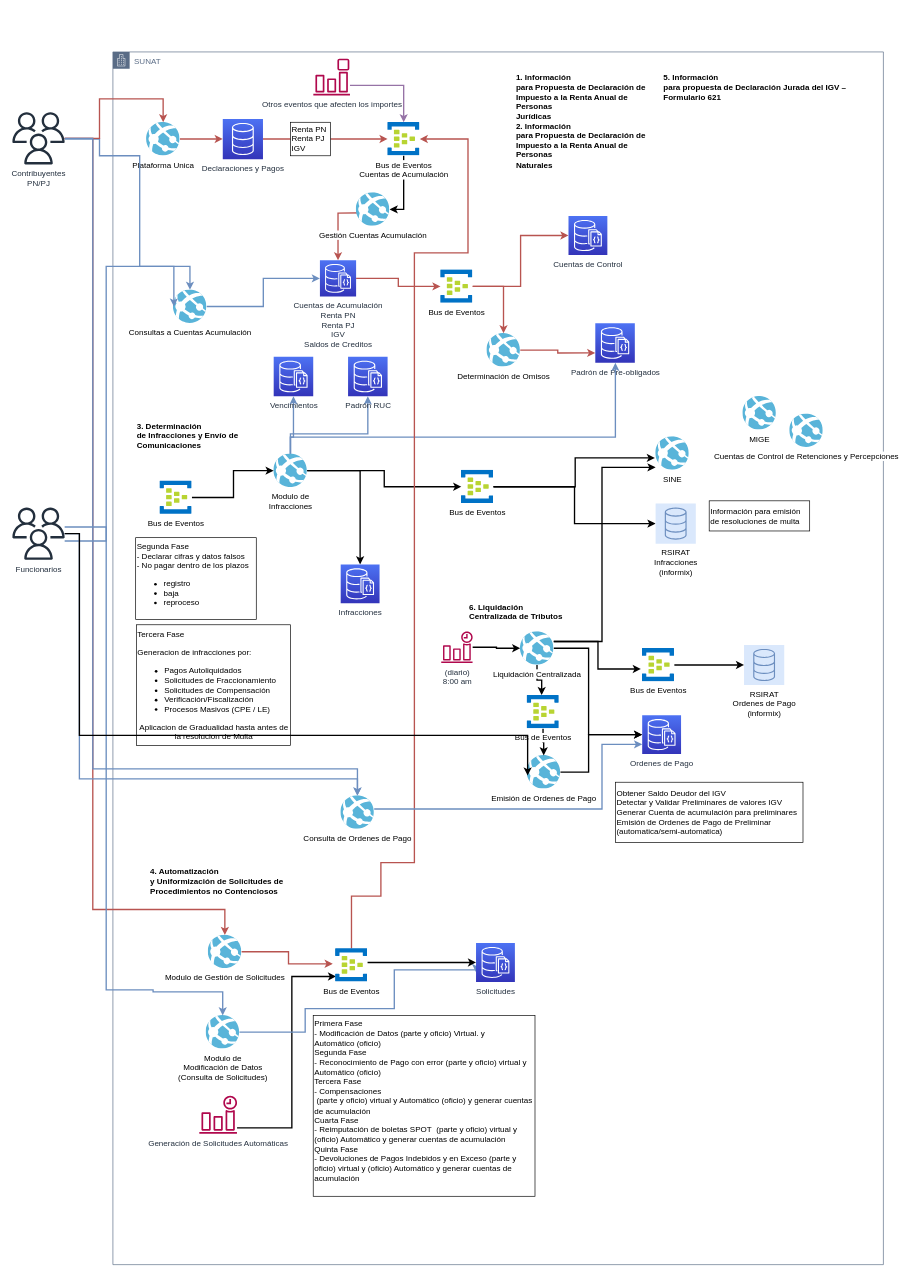
Earlier version of the draw.io diagram Diagrama Arquitectura CU 2022.drawio (skynet25/cuentaunica). Source tidied: cells renumbered, new cells numbered last; positions are measured from the earlier drawing's top-left corner, leaving out a move shared by most shapes. Both pictures are drawn from the tidied source at 67%, with x=0, y=0 at pixel (12, 52).
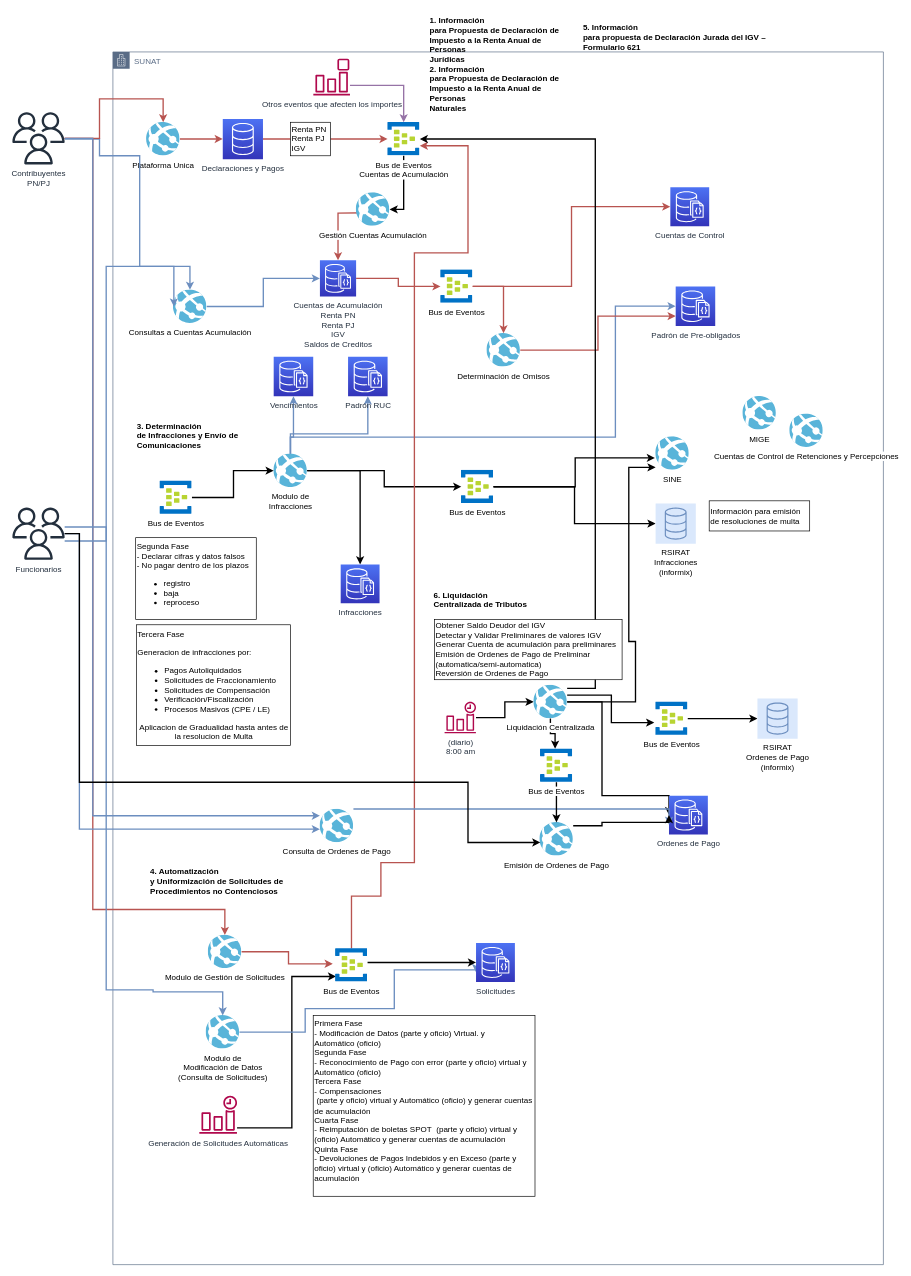
The same page after the edit.

Unchanged cells that the change refers to:
```xml
<mxCell id="2" value="SUNAT" style="gradientColor=none;html=1;whiteSpace=wrap;fontSize=12;fontStyle=0;shape=mxgraph.aws4.group;grIcon=mxgraph.aws4.group_corporate_data_center;strokeColor=#5A6C86;fillColor=none;verticalAlign=top;align=left;spacingLeft=30;fontColor=#5A6C86;dashed=0;" parent="1" vertex="1">
  <mxGeometry x="150" width="1150" height="1810" as="geometry" />
</mxCell>
<mxCell id="16" value="Bus de Eventos&lt;br&gt;Cuentas de Acumulación" style="sketch=0;html=1;points=[];align=center;image;fontSize=12;image=img/lib/mscae/Event_Hubs.svg;" parent="2" vertex="1">
  <mxGeometry x="410" y="105" width="48" height="50" as="geometry" />
</mxCell>
<mxCell id="47" value="Bus de Eventos" style="sketch=0;html=1;points=[];align=center;image;fontSize=12;image=img/lib/mscae/Event_Hubs.svg;" parent="2" vertex="1">
  <mxGeometry x="332.1" y="1338" width="48" height="50" as="geometry" />
</mxCell>
<mxCell id="71" value="SINE" style="sketch=0;html=1;points=[];align=center;image;fontSize=12;image=img/lib/mscae/App_Services.svg;" parent="2" vertex="1">
  <mxGeometry x="810" y="574" width="50" height="50" as="geometry" />
</mxCell>
<mxCell id="84" value="Contribuyentes&lt;br&gt;PN/PJ" style="sketch=0;outlineConnect=0;fontColor=#232F3E;gradientColor=none;fillColor=#232F3D;strokeColor=none;dashed=0;verticalLabelPosition=bottom;verticalAlign=top;align=center;html=1;fontSize=12;fontStyle=0;shape=mxgraph.aws4.users;" parent="1" vertex="1">
  <mxGeometry y="90" width="78" height="78" as="geometry" />
</mxCell>
<mxCell id="89" value="Funcionarios" style="sketch=0;outlineConnect=0;fontColor=#232F3E;gradientColor=none;fillColor=#232F3D;strokeColor=none;dashed=0;verticalLabelPosition=bottom;verticalAlign=top;align=center;html=1;fontSize=12;fontStyle=0;shape=mxgraph.aws4.users;" parent="1" vertex="1">
  <mxGeometry y="680" width="78" height="78" as="geometry" />
</mxCell>
```

Diff of the diagram source:
```diff
@@
     <mxCell id="9" value="Cuentas de Control" style="sketch=0;points=[[0,0,0],[0.25,0,0],[0.5,0,0],[0.75,0,0],[1,0,0],[0,1,0],[0.25,1,0],[0.5,1,0],[0.75,1,0],[1,1,0],[0,0.25,0],[0,0.5,0],[0,0.75,0],[1,0.25,0],[1,0.5,0],[1,0.75,0]];outlineConnect=0;fontColor=#232F3E;gradientColor=#4D72F3;gradientDirection=north;fillColor=#3334B9;strokeColor=#ffffff;dashed=0;verticalLabelPosition=bottom;verticalAlign=top;align=center;html=1;fontSize=12;fontStyle=0;shape=mxgraph.aws4.resourceIcon;resIcon=mxgraph.aws4.documentdb_with_mongodb_compatibility;" parent="2" vertex="1">
-      <mxGeometry x="680" y="245" width="58" height="58" as="geometry" />
+      <mxGeometry x="832" y="202" width="58" height="58" as="geometry" />
     </mxCell>
     <mxCell id="10" value="Padrón de Pre-obligados" style="sketch=0;points=[[0,0,0],[0.25,0,0],[0.5,0,0],[0.75,0,0],[1,0,0],[0,1,0],[0.25,1,0],[0.5,1,0],[0.75,1,0],[1,1,0],[0,0.25,0],[0,0.5,0],[0,0.75,0],[1,0.25,0],[1,0.5,0],[1,0.75,0]];outlineConnect=0;fontColor=#232F3E;gradientColor=#4D72F3;gradientDirection=north;fillColor=#3334B9;strokeColor=#ffffff;dashed=0;verticalLabelPosition=bottom;verticalAlign=top;align=center;html=1;fontSize=12;fontStyle=0;shape=mxgraph.aws4.resourceIcon;resIcon=mxgraph.aws4.documentdb_with_mongodb_compatibility;" parent="2" vertex="1">
-      <mxGeometry x="720" y="405" width="59" height="59" as="geometry" />
+      <mxGeometry x="840" y="350" width="59" height="59" as="geometry" />
     </mxCell>
@@
-    <mxCell id="36" value="&lt;b style=&quot;mso-bidi-font-weight:normal&quot;&gt;&lt;span lang=&quot;ES&quot;&gt;1. Información&lt;br&gt;para Propuesta de Declaración de Impuesto a la Renta Anual de Personas&lt;br&gt;Jurídicas&lt;br&gt;&lt;/span&gt;&lt;/b&gt;&lt;b&gt;&lt;span style=&quot;font-size:9.0pt;font-family:&amp;quot;Arial&amp;quot;,sans-serif;mso-fareast-font-family:&lt;br/&gt;Arial;mso-ansi-language:ES;mso-fareast-language:ES-PE;mso-bidi-language:AR-SA&quot; lang=&quot;ES&quot;&gt;2. Información&lt;br/&gt;para Propuesta de Declaración de Impuesto a la Renta Anual de Personas&lt;br/&gt;Naturales&lt;/span&gt;&lt;/b&gt;&lt;b style=&quot;mso-bidi-font-weight:normal&quot;&gt;&lt;span lang=&quot;ES&quot;&gt;&lt;span style=&quot;mso-spacerun:yes&quot;&gt;&amp;nbsp;&amp;nbsp;&lt;br&gt;&lt;br&gt;&lt;/span&gt;&lt;/span&gt;&lt;/b&gt;" style="text;whiteSpace=wrap;html=1;" parent="2" vertex="1">
-      <mxGeometry x="600" y="25" width="200" height="150" as="geometry" />
-    </mxCell>
@@
     <mxCell id="46" style="edgeStyle=orthogonalEdgeStyle;rounded=0;jettySize=auto;html=1;strokeWidth=2;fillColor=#f8cecc;strokeColor=#b85450;" parent="2" edge="1" source="47" target="16">
       <mxGeometry relative="1" as="geometry">
         <Array as="points">
+          <mxPoint x="356" y="1260" />
           <mxPoint x="400" y="1260" />
           <mxPoint x="400" y="1210" />
           <mxPoint x="450" y="1210" />
           <mxPoint x="450" y="300" />
           <mxPoint x="530" y="300" />
-          <mxPoint x="530" y="130" />
+          <mxPoint x="530" y="140" />
         </Array>
       </mxGeometry>
     </mxCell>
@@
-    <mxCell id="50" value="&lt;b style=&quot;mso-bidi-font-weight:normal&quot;&gt;&lt;span lang=&quot;ES&quot;&gt;5. Información&lt;br&gt;para propuesta de Declaración Jurada del IGV – Formulario 621&lt;/span&gt;&lt;/b&gt;" style="text;whiteSpace=wrap;html=1;" parent="2" vertex="1">
-      <mxGeometry x="820" y="25" width="310" height="80" as="geometry" />
-    </mxCell>
@@
     <mxCell id="53" value="&lt;b style=&quot;mso-bidi-font-weight:normal&quot;&gt;&lt;span lang=&quot;ES&quot;&gt;6. Liquidación&lt;br&gt;Centralizada de Tributos&lt;/span&gt;&lt;/b&gt;" style="text;whiteSpace=wrap;html=1;" parent="2" vertex="1">
-      <mxGeometry x="530" y="815" width="170" height="50" as="geometry" />
+      <mxGeometry x="477" y="797" width="170" height="50" as="geometry" />
     </mxCell>
@@
     <mxCell id="61" style="edgeStyle=orthogonalEdgeStyle;rounded=0;jettySize=auto;html=1;entryX=-0.042;entryY=0.62;entryDx=0;entryDy=0;entryPerimeter=0;strokeWidth=2;" parent="2" edge="1" source="74" target="64">
       <mxGeometry relative="1" as="geometry">
         <Array as="points">
-          <mxPoint x="724" y="880" />
-          <mxPoint x="724" y="921" />
+          <mxPoint x="744" y="960" />
+          <mxPoint x="744" y="1001" />
         </Array>
       </mxGeometry>
     </mxCell>
     <mxCell id="62" style="edgeStyle=orthogonalEdgeStyle;rounded=0;jettySize=auto;html=1;entryX=0;entryY=0.5;entryDx=0;entryDy=0;entryPerimeter=0;strokeWidth=2;startArrow=none;" parent="2" edge="1" source="74" target="66">
       <mxGeometry relative="1" as="geometry">
         <Array as="points">
-          <mxPoint x="710" y="890" />
-          <mxPoint x="710" y="1019" />
+          <mxPoint x="730" y="970" />
+          <mxPoint x="730" y="1110" />
+          <mxPoint x="830" y="1110" />
         </Array>
       </mxGeometry>
     </mxCell>
@@
     <mxCell id="64" value="Bus de Eventos" style="sketch=0;html=1;points=[];align=center;image;fontSize=12;image=img/lib/mscae/Event_Hubs.svg;" parent="2" vertex="1">
-      <mxGeometry x="790" y="890" width="48" height="50" as="geometry" />
+      <mxGeometry x="810" y="970" width="48" height="50" as="geometry" />
     </mxCell>
     <mxCell id="65" value="RSIRAT&lt;br&gt;Ordenes de Pago&lt;br&gt;(informix)" style="sketch=0;points=[[0,0,0],[0.25,0,0],[0.5,0,0],[0.75,0,0],[1,0,0],[0,1,0],[0.25,1,0],[0.5,1,0],[0.75,1,0],[1,1,0],[0,0.25,0],[0,0.5,0],[0,0.75,0],[1,0.25,0],[1,0.5,0],[1,0.75,0]];outlineConnect=0;gradientDirection=north;fillColor=#dae8fc;strokeColor=#6c8ebf;dashed=0;verticalLabelPosition=bottom;verticalAlign=top;align=center;html=1;fontSize=12;fontStyle=0;shape=mxgraph.aws4.resourceIcon;resIcon=mxgraph.aws4.database;" parent="2" vertex="1">
-      <mxGeometry x="942" y="885" width="60" height="60" as="geometry" />
+      <mxGeometry x="962" y="965" width="60" height="60" as="geometry" />
     </mxCell>
     <mxCell id="66" value="Ordenes de Pago" style="sketch=0;points=[[0,0,0],[0.25,0,0],[0.5,0,0],[0.75,0,0],[1,0,0],[0,1,0],[0.25,1,0],[0.5,1,0],[0.75,1,0],[1,1,0],[0,0.25,0],[0,0.5,0],[0,0.75,0],[1,0.25,0],[1,0.5,0],[1,0.75,0]];outlineConnect=0;fontColor=#232F3E;gradientColor=#4D72F3;gradientDirection=north;fillColor=#3334B9;strokeColor=#ffffff;dashed=0;verticalLabelPosition=bottom;verticalAlign=top;align=center;html=1;fontSize=12;fontStyle=0;shape=mxgraph.aws4.resourceIcon;resIcon=mxgraph.aws4.documentdb_with_mongodb_compatibility;" parent="2" vertex="1">
-      <mxGeometry x="790" y="990" width="58" height="58" as="geometry" />
+      <mxGeometry x="830" y="1110" width="58" height="58" as="geometry" />
     </mxCell>
     <mxCell id="67" style="edgeStyle=orthogonalEdgeStyle;rounded=0;jettySize=auto;html=1;entryX=0;entryY=0.75;entryDx=0;entryDy=0;entryPerimeter=0;strokeWidth=2;fillColor=#dae8fc;strokeColor=#6c8ebf;" parent="2" edge="1" source="68" target="66">
       <mxGeometry relative="1" as="geometry">
         <Array as="points">
-          <mxPoint x="730" y="1130" />
-          <mxPoint x="730" y="1034" />
+          <mxPoint x="830" y="1130" />
         </Array>
       </mxGeometry>
     </mxCell>
     <mxCell id="68" value="Consulta de Ordenes de Pago" style="sketch=0;html=1;points=[];align=center;image;fontSize=12;image=img/lib/mscae/App_Services.svg;" parent="2" vertex="1">
-      <mxGeometry x="340" y="1110" width="50" height="50" as="geometry" />
+      <mxGeometry x="309" y="1130" width="50" height="50" as="geometry" />
     </mxCell>
@@
     <mxCell id="70" value="(diario)&lt;br&gt;8:00 am" style="sketch=0;outlineConnect=0;fontColor=#232F3E;gradientColor=none;fillColor=#B0084D;strokeColor=none;dashed=0;verticalLabelPosition=bottom;verticalAlign=top;align=center;html=1;fontSize=12;fontStyle=0;shape=mxgraph.aws4.event_time_based;" parent="2" vertex="1">
-      <mxGeometry x="490" y="865" width="47" height="47" as="geometry" />
+      <mxGeometry x="495" y="970" width="47" height="47" as="geometry" />
     </mxCell>
@@
     <mxCell id="72" style="edgeStyle=orthogonalEdgeStyle;rounded=0;jettySize=auto;html=1;strokeWidth=2;" parent="2" edge="1" source="74" target="71">
       <mxGeometry relative="1" as="geometry">
         <Array as="points">
-          <mxPoint x="730" y="880" />
-          <mxPoint x="730" y="620" />
+          <mxPoint x="780" y="970" />
+          <mxPoint x="780" y="880" />
+          <mxPoint x="770" y="880" />
+          <mxPoint x="770" y="620" />
         </Array>
       </mxGeometry>
     </mxCell>
@@
+    <mxCell id="90" style="edgeStyle=orthogonalEdgeStyle;rounded=0;jettySize=auto;html=1;strokeWidth=2;" parent="2" edge="1" source="74" target="16">
+      <mxGeometry relative="1" as="geometry">
+        <Array as="points">
+          <mxPoint x="720" y="950" />
+          <mxPoint x="720" y="130" />
+        </Array>
+      </mxGeometry>
+    </mxCell>
     <mxCell id="74" value="Liquidación Centralizada" style="sketch=0;html=1;points=[];align=center;image;fontSize=12;image=img/lib/mscae/App_Services.svg;" parent="2" vertex="1">
-      <mxGeometry x="608" y="865" width="50" height="50" as="geometry" />
+      <mxGeometry x="628" y="945" width="50" height="50" as="geometry" />
     </mxCell>
-    <mxCell id="75" value="&lt;div&gt;&lt;span style=&quot;background-color: rgb(255, 255, 255);&quot;&gt;Obtener Saldo Deudor del IGV&lt;/span&gt;&lt;/div&gt;&lt;div&gt;&lt;span style=&quot;background-color: rgb(255, 255, 255);&quot;&gt;Detectar y Validar Preliminares de valores IGV&lt;/span&gt;&lt;/div&gt;&lt;div&gt;&lt;span style=&quot;background-color: rgb(255, 255, 255);&quot;&gt;Generar Cuenta de acumulación para preliminares&lt;/span&gt;&lt;/div&gt;&lt;div&gt;&lt;span style=&quot;background-color: rgb(255, 255, 255);&quot;&gt;Emisión de Ordenes de Pago de Preliminar (automatica/semi-automatica)&lt;/span&gt;&lt;/div&gt;" style="rounded=0;whiteSpace=wrap;html=1;align=left;" parent="2" vertex="1">
-      <mxGeometry x="750" y="1090" width="280" height="90" as="geometry" />
+    <mxCell id="75" value="&lt;div&gt;&lt;span style=&quot;background-color: rgb(255, 255, 255);&quot;&gt;Obtener Saldo Deudor del IGV&lt;/span&gt;&lt;/div&gt;&lt;div&gt;&lt;span style=&quot;background-color: rgb(255, 255, 255);&quot;&gt;Detectar y Validar Preliminares de valores IGV&lt;/span&gt;&lt;/div&gt;&lt;div&gt;&lt;span style=&quot;background-color: rgb(255, 255, 255);&quot;&gt;Generar Cuenta de acumulación para preliminares&lt;/span&gt;&lt;/div&gt;&lt;div&gt;&lt;span style=&quot;background-color: rgb(255, 255, 255);&quot;&gt;Emisión de Ordenes de Pago de Preliminar (automatica/semi-automatica)&lt;/span&gt;&lt;/div&gt;&lt;div&gt;&lt;span style=&quot;background-color: rgb(255, 255, 255);&quot;&gt;Reversión de Ordenes de Pago&lt;/span&gt;&lt;/div&gt;" style="rounded=0;whiteSpace=wrap;html=1;align=left;" parent="2" vertex="1">
+      <mxGeometry x="480" y="847" width="280" height="90" as="geometry" />
     </mxCell>
     <mxCell id="76" style="edgeStyle=orthogonalEdgeStyle;rounded=0;jettySize=auto;html=1;entryX=0;entryY=0.5;entryDx=0;entryDy=0;entryPerimeter=0;strokeWidth=2;" parent="2" edge="1" source="77" target="66">
       <mxGeometry relative="1" as="geometry">
         <Array as="points">
-          <mxPoint x="710" y="1075" />
-          <mxPoint x="710" y="1019" />
+          <mxPoint x="730" y="1155" />
+          <mxPoint x="730" y="1150" />
+          <mxPoint x="830" y="1150" />
         </Array>
       </mxGeometry>
     </mxCell>
     <mxCell id="77" value="Emisión de Ordenes de Pago" style="sketch=0;html=1;points=[];align=center;image;fontSize=12;image=img/lib/mscae/App_Services.svg;" parent="2" vertex="1">
-      <mxGeometry x="618" y="1050" width="50" height="50" as="geometry" />
+      <mxGeometry x="637" y="1150" width="50" height="50" as="geometry" />
     </mxCell>
@@
     <mxCell id="79" value="Bus de Eventos" style="sketch=0;html=1;points=[];align=center;image;fontSize=12;image=img/lib/mscae/Event_Hubs.svg;" parent="2" vertex="1">
-      <mxGeometry x="618" y="960" width="48" height="50" as="geometry" />
+      <mxGeometry x="638" y="1040" width="48" height="50" as="geometry" />
     </mxCell>
+    <mxCell id="36" value="&lt;b style=&quot;mso-bidi-font-weight:normal&quot;&gt;&lt;span lang=&quot;ES&quot;&gt;1. Información&lt;br&gt;para Propuesta de Declaración de Impuesto a la Renta Anual de Personas&lt;br&gt;Jurídicas&lt;br&gt;&lt;/span&gt;&lt;/b&gt;&lt;b&gt;&lt;span style=&quot;font-size:9.0pt;font-family:&amp;quot;Arial&amp;quot;,sans-serif;mso-fareast-font-family:&lt;br/&gt;Arial;mso-ansi-language:ES;mso-fareast-language:ES-PE;mso-bidi-language:AR-SA&quot; lang=&quot;ES&quot;&gt;2. Información&lt;br/&gt;para Propuesta de Declaración de Impuesto a la Renta Anual de Personas&lt;br/&gt;Naturales&lt;/span&gt;&lt;/b&gt;&lt;b style=&quot;mso-bidi-font-weight:normal&quot;&gt;&lt;span lang=&quot;ES&quot;&gt;&lt;span style=&quot;mso-spacerun:yes&quot;&gt;&amp;nbsp;&amp;nbsp;&lt;br&gt;&lt;br&gt;&lt;/span&gt;&lt;/span&gt;&lt;/b&gt;" style="text;whiteSpace=wrap;html=1;" parent="2" vertex="1">
+      <mxGeometry x="471" y="-60" width="200" height="150" as="geometry" />
+    </mxCell>
@@
     <mxCell id="83" style="edgeStyle=orthogonalEdgeStyle;rounded=0;jettySize=auto;html=1;strokeWidth=2;fillColor=#dae8fc;strokeColor=#6c8ebf;" parent="1" edge="1" source="84" target="68">
       <mxGeometry relative="1" as="geometry">
         <Array as="points">
           <mxPoint x="120" y="129" />
-          <mxPoint x="120" y="1070" />
+          <mxPoint x="120" y="1140" />
         </Array>
       </mxGeometry>
     </mxCell>
@@
     <mxCell id="87" style="edgeStyle=orthogonalEdgeStyle;rounded=0;jettySize=auto;html=1;strokeWidth=2;strokeColor=#6c8ebf;fillColor=#dae8fc;" parent="1" edge="1" source="89" target="68">
       <mxGeometry relative="1" as="geometry">
         <Array as="points">
           <mxPoint x="100" y="719" />
-          <mxPoint x="100" y="1085" />
+          <mxPoint x="100" y="1160" />
         </Array>
       </mxGeometry>
     </mxCell>
     <mxCell id="88" style="edgeStyle=orthogonalEdgeStyle;rounded=0;jettySize=auto;html=1;entryX=0.02;entryY=0.6;entryDx=0;entryDy=0;entryPerimeter=0;strokeWidth=2;" parent="1" edge="1" source="89" target="77">
       <mxGeometry relative="1" as="geometry">
         <Array as="points">
           <mxPoint x="100" y="719" />
-          <mxPoint x="100" y="1020" />
+          <mxPoint x="100" y="1090" />
+          <mxPoint x="680" y="1090" />
+          <mxPoint x="680" y="1180" />
         </Array>
       </mxGeometry>
     </mxCell>
@@
+    <mxCell id="50" value="&lt;b style=&quot;mso-bidi-font-weight:normal&quot;&gt;&lt;span lang=&quot;ES&quot;&gt;5. Información&lt;br&gt;para propuesta de Declaración Jurada del IGV – Formulario 621&lt;/span&gt;&lt;/b&gt;" style="text;whiteSpace=wrap;html=1;" parent="1" vertex="1">
+      <mxGeometry x="850" y="-50" width="310" height="80" as="geometry" />
+    </mxCell>
```
